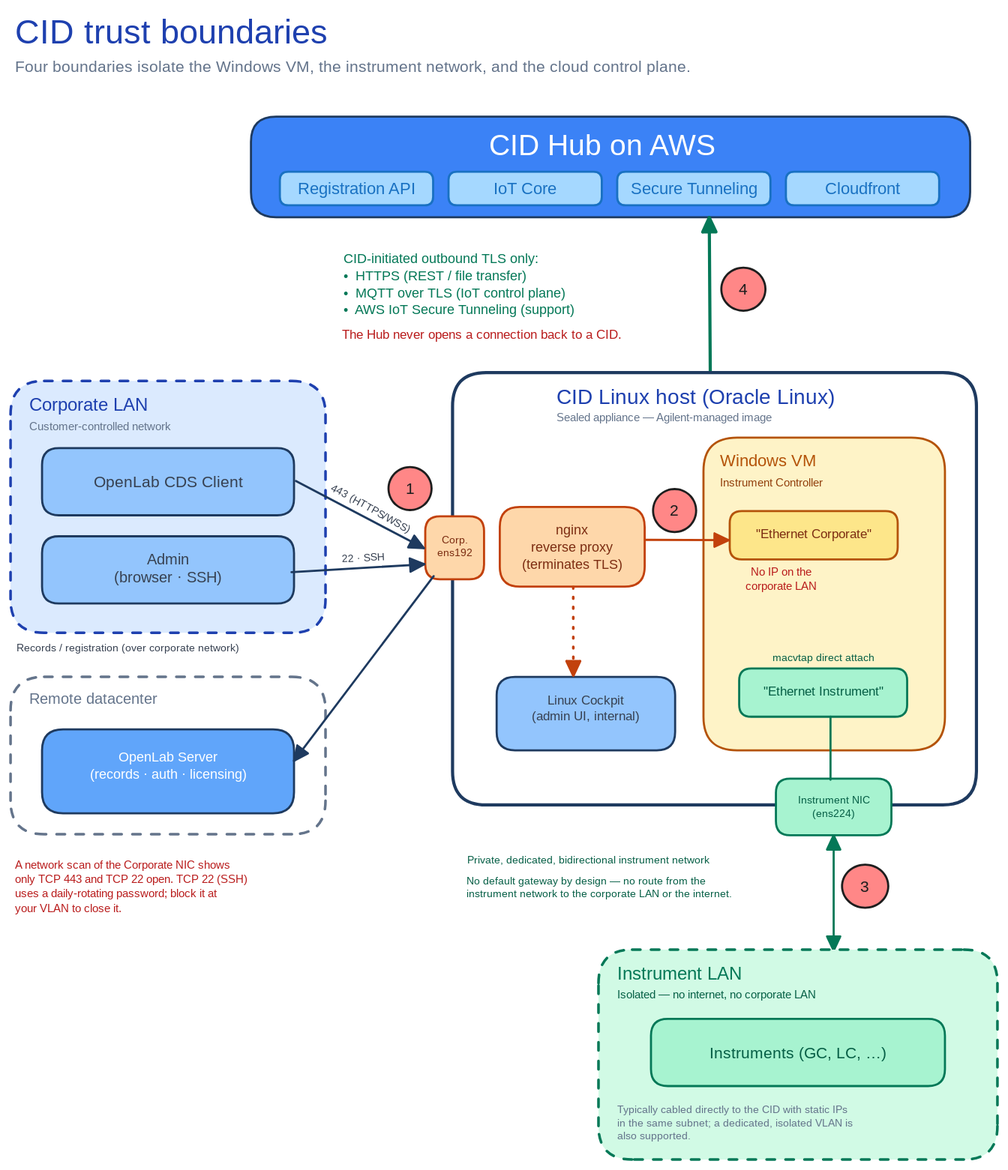
Before: docs/img/trust-boundaries.svg, a diagram exported from Excalidraw (bheemboy/cid-docs). Source tidied: one line per element, renumbered; positions are measured from the earlier drawing's top-left corner, leaving out a move shared by most shapes.
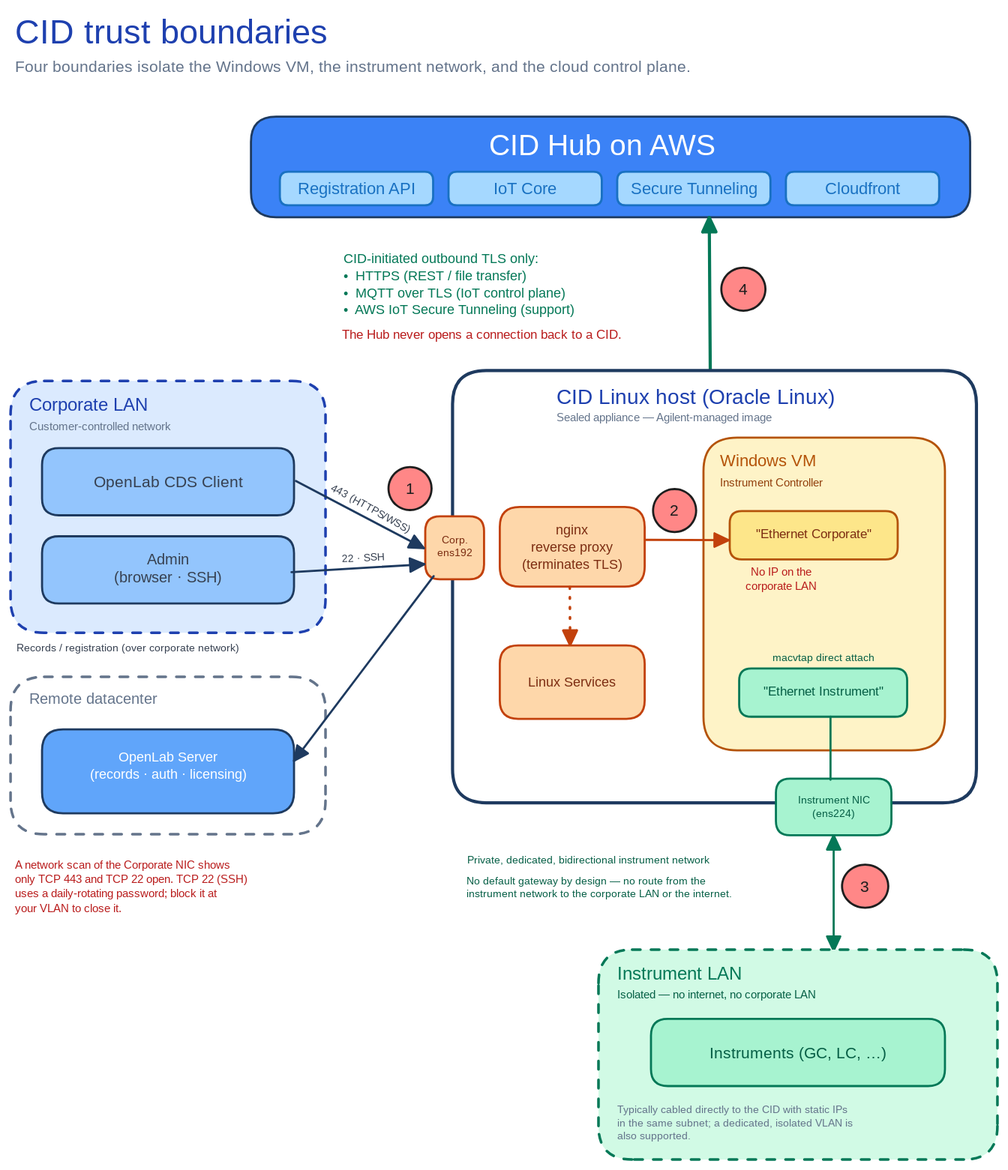
Above is the later version.

The edit, as a diff of the source:
```diff
@@ -16,15 +16,15 @@
 {"id": 15, "type": "text", "text": "Remote datacenter", "strokeColor": "#64748b", "strokeWidth": 1, "roughness": 0, "fontSize": 14, "fontFamily": 3, "x": 18, "y": 647, "width": 260, "height": 20}
 {"id": 16, "type": "rectangle", "strokeColor": "#1e3a5f", "backgroundColor": "#60a5fa", "fillStyle": "solid", "strokeWidth": 2, "roughness": 0, "round": true, "x": 30, "y": 685, "width": 240, "height": 80}
 {"id": 17, "type": "text", "text": "OpenLab Server\n(records · auth · licensing)", "strokeColor": "#ffffff", "strokeWidth": 1, "roughness": 0, "fontSize": 13, "fontFamily": 3, "textAlign": "center", "verticalAlign": "middle", "inside": 16, "x": 45, "y": 703, "width": 210, "height": 44}
-{"id": 18, "type": "rectangle", "strokeColor": "#1e3a5f", "backgroundColor": "#ffffff", "fillStyle": "solid", "strokeWidth": 3, "roughness": 0, "round": true, "x": 421, "y": 345, "width": 499, "height": 412}
+{"id": 18, "type": "rectangle", "strokeColor": "#1e3a5f", "backgroundColor": "#ffffff", "fillStyle": "solid", "strokeWidth": 3, "roughness": 0, "round": true, "x": 421, "y": 343, "width": 499, "height": 412}
 {"id": 19, "type": "text", "text": "CID Linux host (Oracle Linux)", "strokeColor": "#1e40af", "strokeWidth": 1, "roughness": 0, "fontSize": 20, "fontFamily": 3, "x": 520, "y": 356, "width": 340, "height": 25}
 {"id": 20, "type": "text", "text": "Sealed appliance — Agilent-managed image", "strokeColor": "#64748b", "strokeWidth": 1, "roughness": 0, "fontSize": 11, "fontFamily": 3, "x": 520, "y": 381, "width": 380, "height": 16}
 {"id": 21, "type": "rectangle", "strokeColor": "#c2410c", "backgroundColor": "#fed7aa", "fillStyle": "solid", "strokeWidth": 2, "roughness": 0, "round": true, "x": 395, "y": 482, "width": 56, "height": 60}
 {"id": 22, "type": "text", "text": "Corp.\nens192", "strokeColor": "#7c2d12", "strokeWidth": 1, "roughness": 0, "fontSize": 10, "fontFamily": 3, "textAlign": "center", "verticalAlign": "middle", "inside": 21, "x": 401, "y": 498, "width": 44, "height": 28}
 {"id": 23, "type": "rectangle", "strokeColor": "#c2410c", "backgroundColor": "#fed7aa", "fillStyle": "solid", "strokeWidth": 2, "roughness": 0, "round": true, "x": 466, "y": 473, "width": 138, "height": 76}
 {"id": 24, "type": "text", "text": "nginx\nreverse proxy\n(terminates TLS)", "strokeColor": "#7c2d12", "strokeWidth": 1, "roughness": 0, "fontSize": 13, "fontFamily": 3, "textAlign": "center", "verticalAlign": "middle", "inside": 23, "x": 474, "y": 487, "width": 122, "height": 49}
-{"id": 25, "type": "rectangle", "strokeColor": "#1e3a5f", "backgroundColor": "#93c5fd", "fillStyle": "solid", "strokeWidth": 2, "roughness": 0, "round": true, "x": 463, "y": 635, "width": 170, "height": 70}
+{"id": 25, "type": "rectangle", "strokeColor": "#c2410c", "backgroundColor": "#fed7aa", "fillStyle": "solid", "strokeWidth": 2, "roughness": 0, "round": true, "x": 466, "y": 605, "width": 138, "height": 70}
-{"id": 26, "type": "text", "text": "Linux Cockpit\n(admin UI, internal)", "strokeColor": "#374151", "strokeWidth": 1, "roughness": 0, "fontSize": 12, "fontFamily": 3, "textAlign": "center", "verticalAlign": "middle", "inside": 25, "x": 478, "y": 650, "width": 140, "height": 40}
+{"id": 26, "type": "text", "text": "Linux Services", "strokeColor": "#7c2d12", "strokeWidth": 1, "roughness": 0, "fontSize": 13, "fontFamily": 3, "textAlign": "center", "verticalAlign": "middle", "inside": 25, "x": 482, "y": 632, "width": 107, "height": 16}
 {"id": 27, "type": "rectangle", "strokeColor": "#b45309", "backgroundColor": "#fef3c7", "fillStyle": "solid", "strokeWidth": 2, "roughness": 0, "round": true, "x": 660, "y": 407, "width": 230, "height": 298}
 {"id": 28, "type": "text", "text": "Windows VM", "strokeColor": "#b45309", "strokeWidth": 1, "roughness": 0, "fontSize": 16, "fontFamily": 3, "x": 676, "y": 419, "width": 200, "height": 20}
 {"id": 29, "type": "text", "text": "Instrument Controller", "strokeColor": "#92400e", "strokeWidth": 1, "roughness": 0, "fontSize": 11, "fontFamily": 3, "x": 676, "y": 443, "width": 200, "height": 16}
@@ -60,7 +60,7 @@
 {"id": 59, "type": "text", "text": "Typically cabled directly to the CID with static IPs\nin the same subnet; a dedicated, isolated VLAN is\nalso supported.", "strokeColor": "#64748b", "strokeWidth": 1, "roughness": 0, "fontSize": 10, "fontFamily": 3, "x": 578, "y": 1041, "width": 350, "height": 44}
 {"id": 60, "type": "text", "text": "A network scan of the Corporate NIC shows\nonly TCP 443 and TCP 22 open. TCP 22 (SSH)\nuses a daily-rotating password; block it at\nyour VLAN to close it.", "strokeColor": "#b91c1c", "strokeWidth": 1, "roughness": 0, "fontSize": 11, "fontFamily": 3, "x": 4, "y": 807, "width": 310, "height": 72}
 {"id": 61, "type": "text", "text": "No default gateway by design — no route from the\ninstrument network to the corporate LAN or the internet.", "strokeColor": "#065f46", "strokeWidth": 1, "roughness": 0, "fontSize": 10, "fontFamily": 3, "x": 434, "y": 823, "width": 328, "height": 25}
-{"id": 62, "type": "arrow", "strokeColor": "#c2410c", "strokeWidth": 2, "strokeStyle": "dotted", "roughness": 0, "endArrowhead": "triangle", "from": 23, "to": 25, "x": 536, "y": 549, "width": 0, "height": 84, "points": [[0, 0], [0, 84]]}
+{"id": 62, "type": "arrow", "strokeColor": "#c2410c", "strokeWidth": 2, "strokeStyle": "dotted", "roughness": 0, "endArrowhead": "triangle", "from": 23, "to": 25, "x": 533, "y": 550, "width": 0, "height": 55, "points": [[0, 0], [0, 55]]}
 {"id": 63, "type": "rectangle", "strokeColor": "#1971c2", "backgroundColor": "#a5d8ff", "fillStyle": "solid", "strokeWidth": 2, "roughness": 0, "round": true, "x": 256, "y": 154, "width": 146, "height": 32}
 {"id": 64, "type": "text", "text": "Registration API", "strokeColor": "#1971c2", "strokeWidth": 2, "roughness": 0, "fontSize": 16, "fontFamily": 6, "textAlign": "center", "verticalAlign": "middle", "inside": 63, "x": 270, "y": 159, "width": 118, "height": 22}
 {"id": 65, "type": "rectangle", "strokeColor": "#1971c2", "backgroundColor": "#a5d8ff", "fillStyle": "solid", "strokeWidth": 2, "roughness": 0, "round": true, "x": 417, "y": 154, "width": 146, "height": 32}
```
